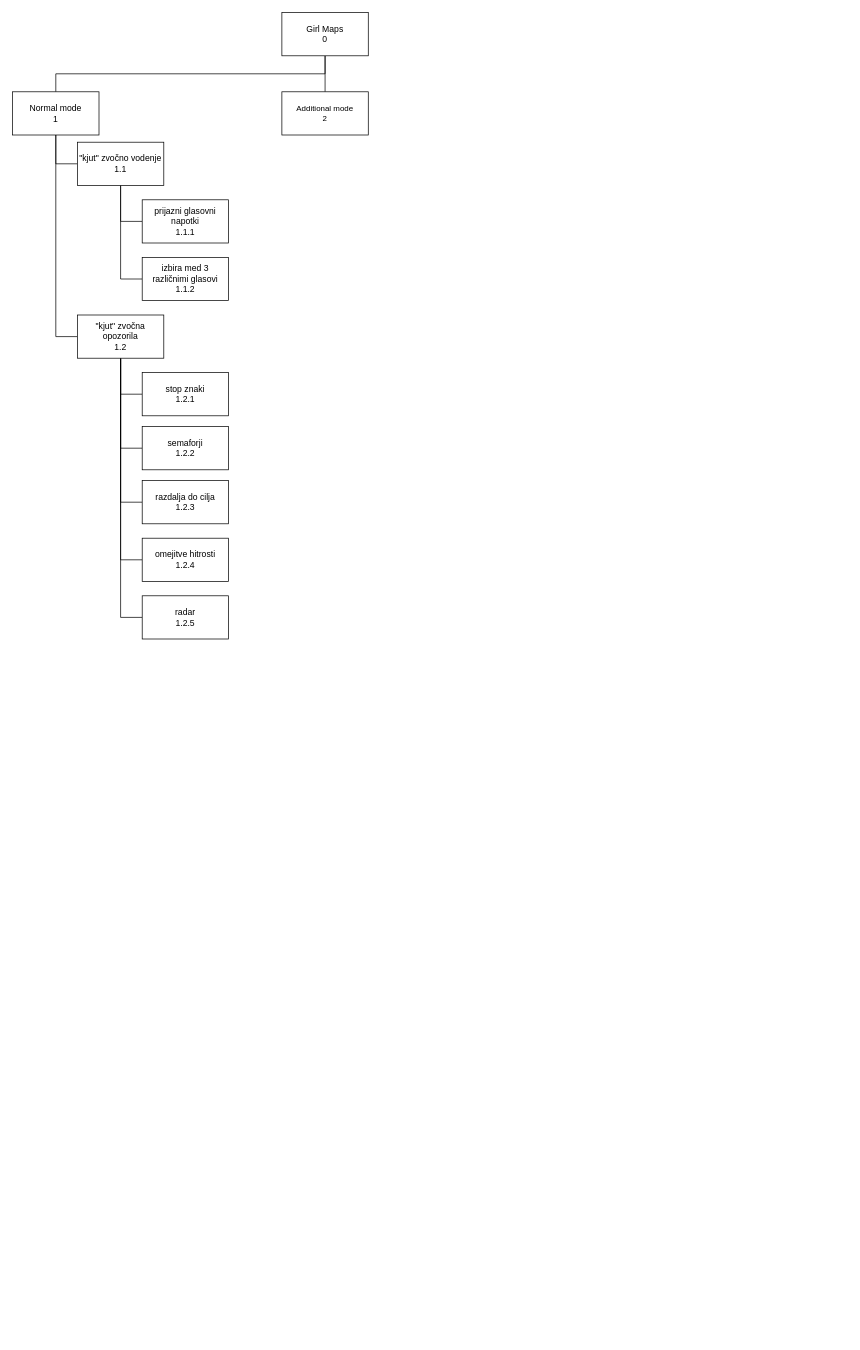
Before: page "funkcijski graf" (1 of 4) of Untitled Diagram.drawio in nikasoto/draw.io, a draw.io diagram. Source tidied: cells renumbered, new cells numbered last; positions are measured from the earlier drawing's top-left corner, leaving out a move shared by most shapes. Both pictures are drawn from the tidied source at 72%, with x=0, y=0 at pixel (12, 12).
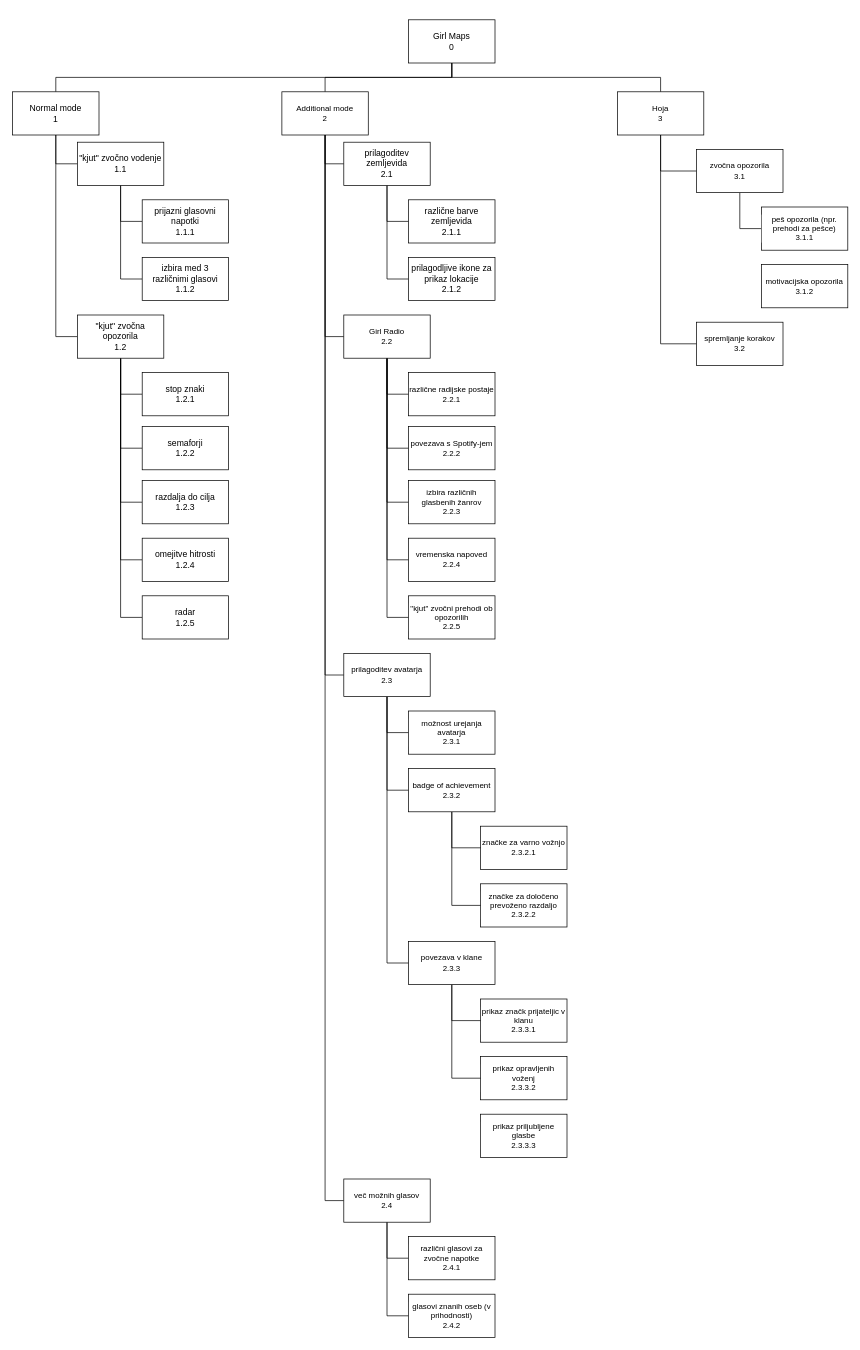
After the change.

Unchanged cells that the change refers to:
```xml
<mxCell id="24" value="Additional mode&lt;div&gt;2&lt;/div&gt;" style="rounded=0;whiteSpace=wrap;html=1;fontFamily=Helvetica;fontSize=11;fontColor=default;labelBackgroundColor=default;" parent="1" vertex="1">
  <mxGeometry x="374" y="110" width="120" height="60" as="geometry" />
</mxCell>
```

What changed in the source:
```diff
@@
+    <mxCell id="25" style="edgeStyle=orthogonalEdgeStyle;shape=connector;rounded=0;jettySize=auto;html=1;exitX=0.5;exitY=1;exitDx=0;exitDy=0;entryX=0.5;entryY=0;entryDx=0;entryDy=0;strokeColor=default;align=center;verticalAlign=middle;fontFamily=Helvetica;fontSize=11;fontColor=default;labelBackgroundColor=default;endArrow=none;endFill=0;" parent="1" edge="1" source="4" target="69">
+      <mxGeometry relative="1" as="geometry" />
+    </mxCell>
     <mxCell id="4" value="Girl Maps&lt;div&gt;0&lt;/div&gt;" style="rounded=0;whiteSpace=wrap;html=1;" parent="1" vertex="1">
-      <mxGeometry x="374" width="120" height="60" as="geometry" />
+      <mxGeometry x="550" y="10" width="120" height="60" as="geometry" />
     </mxCell>
@@
+    <mxCell id="26" style="edgeStyle=orthogonalEdgeStyle;rounded=0;jettySize=auto;html=1;exitX=0.5;exitY=1;exitDx=0;exitDy=0;entryX=0;entryY=0.5;entryDx=0;entryDy=0;endArrow=none;endFill=0;" parent="1" edge="1" source="24" target="32">
+      <mxGeometry relative="1" as="geometry" />
+    </mxCell>
+    <mxCell id="27" style="edgeStyle=orthogonalEdgeStyle;shape=connector;rounded=0;jettySize=auto;html=1;exitX=0.5;exitY=1;exitDx=0;exitDy=0;entryX=0;entryY=0.5;entryDx=0;entryDy=0;strokeColor=default;align=center;verticalAlign=middle;fontFamily=Helvetica;fontSize=11;fontColor=default;labelBackgroundColor=default;endArrow=none;endFill=0;" parent="1" edge="1" source="24" target="40">
+      <mxGeometry relative="1" as="geometry" />
+    </mxCell>
+    <mxCell id="28" style="edgeStyle=orthogonalEdgeStyle;shape=connector;rounded=0;jettySize=auto;html=1;exitX=0.5;exitY=1;exitDx=0;exitDy=0;entryX=0;entryY=0.5;entryDx=0;entryDy=0;strokeColor=default;align=center;verticalAlign=middle;fontFamily=Helvetica;fontSize=11;fontColor=default;labelBackgroundColor=default;endArrow=none;endFill=0;" parent="1" edge="1" source="24" target="49">
+      <mxGeometry relative="1" as="geometry" />
+    </mxCell>
+    <mxCell id="29" style="edgeStyle=orthogonalEdgeStyle;shape=connector;rounded=0;jettySize=auto;html=1;exitX=0.5;exitY=1;exitDx=0;exitDy=0;entryX=0;entryY=0.5;entryDx=0;entryDy=0;strokeColor=default;align=center;verticalAlign=middle;fontFamily=Helvetica;fontSize=11;fontColor=default;labelBackgroundColor=default;endArrow=none;endFill=0;" parent="1" edge="1" source="24" target="64">
+      <mxGeometry relative="1" as="geometry" />
+    </mxCell>
@@
+    <mxCell id="30" style="edgeStyle=orthogonalEdgeStyle;shape=connector;rounded=0;jettySize=auto;html=1;exitX=0.5;exitY=1;exitDx=0;exitDy=0;entryX=0;entryY=0.5;entryDx=0;entryDy=0;strokeColor=default;align=center;verticalAlign=middle;fontFamily=Helvetica;fontSize=11;fontColor=default;labelBackgroundColor=default;endArrow=none;endFill=0;" parent="1" edge="1" source="32" target="33">
+      <mxGeometry relative="1" as="geometry" />
+    </mxCell>
+    <mxCell id="31" style="edgeStyle=orthogonalEdgeStyle;shape=connector;rounded=0;jettySize=auto;html=1;exitX=0.5;exitY=1;exitDx=0;exitDy=0;entryX=0;entryY=0.5;entryDx=0;entryDy=0;strokeColor=default;align=center;verticalAlign=middle;fontFamily=Helvetica;fontSize=11;fontColor=default;labelBackgroundColor=default;endArrow=none;endFill=0;" parent="1" edge="1" source="32" target="34">
+      <mxGeometry relative="1" as="geometry" />
+    </mxCell>
+    <mxCell id="32" value="prilagoditev zemljevida&lt;div&gt;2.1&lt;/div&gt;" style="rounded=0;whiteSpace=wrap;html=1;" parent="1" vertex="1">
+      <mxGeometry x="460" y="180" width="120" height="60" as="geometry" />
+    </mxCell>
+    <mxCell id="33" value="različne barve zemljevida&lt;div&gt;2.1.1&lt;/div&gt;" style="rounded=0;whiteSpace=wrap;html=1;" parent="1" vertex="1">
+      <mxGeometry x="550" y="260" width="120" height="60" as="geometry" />
+    </mxCell>
+    <mxCell id="34" value="prilagodljive ikone za prikaz lokacije&lt;div&gt;2.1.2&lt;/div&gt;" style="rounded=0;whiteSpace=wrap;html=1;" parent="1" vertex="1">
+      <mxGeometry x="550" y="340" width="120" height="60" as="geometry" />
+    </mxCell>
+    <mxCell id="35" style="edgeStyle=orthogonalEdgeStyle;shape=connector;rounded=0;jettySize=auto;html=1;exitX=0.5;exitY=1;exitDx=0;exitDy=0;entryX=0;entryY=0.5;entryDx=0;entryDy=0;strokeColor=default;align=center;verticalAlign=middle;fontFamily=Helvetica;fontSize=11;fontColor=default;labelBackgroundColor=default;endArrow=none;endFill=0;" parent="1" edge="1" source="40" target="45">
+      <mxGeometry relative="1" as="geometry" />
+    </mxCell>
+    <mxCell id="36" style="edgeStyle=orthogonalEdgeStyle;shape=connector;rounded=0;jettySize=auto;html=1;exitX=0.5;exitY=1;exitDx=0;exitDy=0;entryX=0;entryY=0.5;entryDx=0;entryDy=0;strokeColor=default;align=center;verticalAlign=middle;fontFamily=Helvetica;fontSize=11;fontColor=default;labelBackgroundColor=default;endArrow=none;endFill=0;" parent="1" edge="1" source="40" target="44">
+      <mxGeometry relative="1" as="geometry" />
+    </mxCell>
+    <mxCell id="37" style="edgeStyle=orthogonalEdgeStyle;shape=connector;rounded=0;jettySize=auto;html=1;exitX=0.5;exitY=1;exitDx=0;exitDy=0;entryX=0;entryY=0.5;entryDx=0;entryDy=0;strokeColor=default;align=center;verticalAlign=middle;fontFamily=Helvetica;fontSize=11;fontColor=default;labelBackgroundColor=default;endArrow=none;endFill=0;" parent="1" edge="1" source="40" target="43">
+      <mxGeometry relative="1" as="geometry" />
+    </mxCell>
+    <mxCell id="38" style="edgeStyle=orthogonalEdgeStyle;shape=connector;rounded=0;jettySize=auto;html=1;exitX=0.5;exitY=1;exitDx=0;exitDy=0;entryX=0;entryY=0.5;entryDx=0;entryDy=0;strokeColor=default;align=center;verticalAlign=middle;fontFamily=Helvetica;fontSize=11;fontColor=default;labelBackgroundColor=default;endArrow=none;endFill=0;" parent="1" edge="1" source="40" target="42">
+      <mxGeometry relative="1" as="geometry" />
+    </mxCell>
+    <mxCell id="39" style="edgeStyle=orthogonalEdgeStyle;shape=connector;rounded=0;jettySize=auto;html=1;exitX=0.5;exitY=1;exitDx=0;exitDy=0;entryX=0;entryY=0.5;entryDx=0;entryDy=0;strokeColor=default;align=center;verticalAlign=middle;fontFamily=Helvetica;fontSize=11;fontColor=default;labelBackgroundColor=default;endArrow=none;endFill=0;" parent="1" edge="1" source="40" target="41">
+      <mxGeometry relative="1" as="geometry" />
+    </mxCell>
+    <mxCell id="40" value="Girl Radio&lt;div&gt;2.2&lt;/div&gt;" style="rounded=0;whiteSpace=wrap;html=1;fontFamily=Helvetica;fontSize=11;fontColor=default;labelBackgroundColor=default;" parent="1" vertex="1">
+      <mxGeometry x="460" y="420" width="120" height="60" as="geometry" />
+    </mxCell>
+    <mxCell id="41" value="&quot;kjut&quot; zvočni prehodi ob opozorilih&lt;div&gt;2.2.5&lt;/div&gt;" style="rounded=0;whiteSpace=wrap;html=1;fontFamily=Helvetica;fontSize=11;fontColor=default;labelBackgroundColor=default;" parent="1" vertex="1">
+      <mxGeometry x="550" y="810" width="120" height="60" as="geometry" />
+    </mxCell>
+    <mxCell id="42" value="vremenska napoved&lt;div&gt;2.2.4&lt;/div&gt;" style="rounded=0;whiteSpace=wrap;html=1;fontFamily=Helvetica;fontSize=11;fontColor=default;labelBackgroundColor=default;" parent="1" vertex="1">
+      <mxGeometry x="550" y="730" width="120" height="60" as="geometry" />
+    </mxCell>
+    <mxCell id="43" value="izbira različnih glasbenih žanrov&lt;div&gt;2.2.3&lt;/div&gt;" style="rounded=0;whiteSpace=wrap;html=1;fontFamily=Helvetica;fontSize=11;fontColor=default;labelBackgroundColor=default;" parent="1" vertex="1">
+      <mxGeometry x="550" y="650" width="120" height="60" as="geometry" />
+    </mxCell>
+    <mxCell id="44" value="povezava s Spotify-jem&lt;div&gt;2.2.2&lt;/div&gt;" style="rounded=0;whiteSpace=wrap;html=1;fontFamily=Helvetica;fontSize=11;fontColor=default;labelBackgroundColor=default;" parent="1" vertex="1">
+      <mxGeometry x="550" y="575" width="120" height="60" as="geometry" />
+    </mxCell>
+    <mxCell id="45" value="različne radijske postaje&lt;div&gt;2.2.1&lt;/div&gt;" style="rounded=0;whiteSpace=wrap;html=1;fontFamily=Helvetica;fontSize=11;fontColor=default;labelBackgroundColor=default;" parent="1" vertex="1">
+      <mxGeometry x="550" y="500" width="120" height="60" as="geometry" />
+    </mxCell>
+    <mxCell id="46" style="edgeStyle=orthogonalEdgeStyle;shape=connector;rounded=0;jettySize=auto;html=1;exitX=0.5;exitY=1;exitDx=0;exitDy=0;entryX=0;entryY=0.5;entryDx=0;entryDy=0;strokeColor=default;align=center;verticalAlign=middle;fontFamily=Helvetica;fontSize=11;fontColor=default;labelBackgroundColor=default;endArrow=none;endFill=0;" parent="1" edge="1" source="49" target="60">
+      <mxGeometry relative="1" as="geometry" />
+    </mxCell>
+    <mxCell id="47" style="edgeStyle=orthogonalEdgeStyle;shape=connector;rounded=0;jettySize=auto;html=1;exitX=0.5;exitY=1;exitDx=0;exitDy=0;entryX=0;entryY=0.5;entryDx=0;entryDy=0;strokeColor=default;align=center;verticalAlign=middle;fontFamily=Helvetica;fontSize=11;fontColor=default;labelBackgroundColor=default;endArrow=none;endFill=0;" parent="1" edge="1" source="49" target="59">
+      <mxGeometry relative="1" as="geometry" />
+    </mxCell>
+    <mxCell id="48" style="edgeStyle=orthogonalEdgeStyle;shape=connector;rounded=0;jettySize=auto;html=1;exitX=0.5;exitY=1;exitDx=0;exitDy=0;entryX=0;entryY=0.5;entryDx=0;entryDy=0;strokeColor=default;align=center;verticalAlign=middle;fontFamily=Helvetica;fontSize=11;fontColor=default;labelBackgroundColor=default;endArrow=none;endFill=0;" parent="1" edge="1" source="49" target="54">
+      <mxGeometry relative="1" as="geometry" />
+    </mxCell>
+    <mxCell id="49" value="prilagoditev avatarja&lt;div&gt;2.3&lt;/div&gt;" style="rounded=0;whiteSpace=wrap;html=1;fontFamily=Helvetica;fontSize=11;fontColor=default;labelBackgroundColor=default;" parent="1" vertex="1">
+      <mxGeometry x="460" y="890" width="120" height="60" as="geometry" />
+    </mxCell>
+    <mxCell id="50" value="prikaz opravljenih voženj&lt;div&gt;2.3.3.2&lt;/div&gt;" style="rounded=0;whiteSpace=wrap;html=1;fontFamily=Helvetica;fontSize=11;fontColor=default;labelBackgroundColor=default;" parent="1" vertex="1">
+      <mxGeometry x="650" y="1450" width="120" height="60" as="geometry" />
+    </mxCell>
+    <mxCell id="51" value="prikaz značk prijateljic v klanu&lt;div&gt;2.3.3.1&lt;/div&gt;" style="rounded=0;whiteSpace=wrap;html=1;fontFamily=Helvetica;fontSize=11;fontColor=default;labelBackgroundColor=default;" parent="1" vertex="1">
+      <mxGeometry x="650" y="1370" width="120" height="60" as="geometry" />
+    </mxCell>
+    <mxCell id="52" style="edgeStyle=orthogonalEdgeStyle;shape=connector;rounded=0;jettySize=auto;html=1;exitX=0.5;exitY=1;exitDx=0;exitDy=0;entryX=0;entryY=0.5;entryDx=0;entryDy=0;strokeColor=default;align=center;verticalAlign=middle;fontFamily=Helvetica;fontSize=11;fontColor=default;labelBackgroundColor=default;endArrow=none;endFill=0;" parent="1" edge="1" source="54" target="51">
+      <mxGeometry relative="1" as="geometry" />
+    </mxCell>
+    <mxCell id="53" style="edgeStyle=orthogonalEdgeStyle;shape=connector;rounded=0;jettySize=auto;html=1;exitX=0.5;exitY=1;exitDx=0;exitDy=0;entryX=0;entryY=0.5;entryDx=0;entryDy=0;strokeColor=default;align=center;verticalAlign=middle;fontFamily=Helvetica;fontSize=11;fontColor=default;labelBackgroundColor=default;endArrow=none;endFill=0;" parent="1" edge="1" source="54" target="50">
+      <mxGeometry relative="1" as="geometry" />
+    </mxCell>
+    <mxCell id="54" value="povezava v klane&lt;div&gt;2.3.3&lt;/div&gt;" style="rounded=0;whiteSpace=wrap;html=1;fontFamily=Helvetica;fontSize=11;fontColor=default;labelBackgroundColor=default;" parent="1" vertex="1">
+      <mxGeometry x="550" y="1290" width="120" height="60" as="geometry" />
+    </mxCell>
+    <mxCell id="55" value="značke za določeno prevoženo razdaljo&lt;div&gt;2.3.2.2&lt;/div&gt;" style="rounded=0;whiteSpace=wrap;html=1;fontFamily=Helvetica;fontSize=11;fontColor=default;labelBackgroundColor=default;" parent="1" vertex="1">
+      <mxGeometry x="650" y="1210" width="120" height="60" as="geometry" />
+    </mxCell>
+    <mxCell id="56" value="značke za varno vožnjo&lt;div&gt;2.3.2.1&lt;/div&gt;" style="rounded=0;whiteSpace=wrap;html=1;fontFamily=Helvetica;fontSize=11;fontColor=default;labelBackgroundColor=default;" parent="1" vertex="1">
+      <mxGeometry x="650" y="1130" width="120" height="60" as="geometry" />
+    </mxCell>
+    <mxCell id="57" style="edgeStyle=orthogonalEdgeStyle;shape=connector;rounded=0;jettySize=auto;html=1;exitX=0.5;exitY=1;exitDx=0;exitDy=0;entryX=0;entryY=0.5;entryDx=0;entryDy=0;strokeColor=default;align=center;verticalAlign=middle;fontFamily=Helvetica;fontSize=11;fontColor=default;labelBackgroundColor=default;endArrow=none;endFill=0;" parent="1" edge="1" source="59" target="56">
+      <mxGeometry relative="1" as="geometry" />
+    </mxCell>
+    <mxCell id="58" style="edgeStyle=orthogonalEdgeStyle;shape=connector;rounded=0;jettySize=auto;html=1;exitX=0.5;exitY=1;exitDx=0;exitDy=0;entryX=0;entryY=0.5;entryDx=0;entryDy=0;strokeColor=default;align=center;verticalAlign=middle;fontFamily=Helvetica;fontSize=11;fontColor=default;labelBackgroundColor=default;endArrow=none;endFill=0;" parent="1" edge="1" source="59" target="55">
+      <mxGeometry relative="1" as="geometry" />
+    </mxCell>
+    <mxCell id="59" value="badge of achievement&lt;div&gt;2.3.2&lt;/div&gt;" style="rounded=0;whiteSpace=wrap;html=1;fontFamily=Helvetica;fontSize=11;fontColor=default;labelBackgroundColor=default;" parent="1" vertex="1">
+      <mxGeometry x="550" y="1050" width="120" height="60" as="geometry" />
+    </mxCell>
+    <mxCell id="60" value="možnost urejanja avatarja&lt;div&gt;2.3.1&lt;/div&gt;" style="rounded=0;whiteSpace=wrap;html=1;fontFamily=Helvetica;fontSize=11;fontColor=default;labelBackgroundColor=default;" parent="1" vertex="1">
+      <mxGeometry x="550" y="970" width="120" height="60" as="geometry" />
+    </mxCell>
+    <mxCell id="61" value="prikaz priljubljene glasbe&lt;div&gt;2.3.3.3&lt;/div&gt;" style="rounded=0;whiteSpace=wrap;html=1;fontFamily=Helvetica;fontSize=11;fontColor=default;labelBackgroundColor=default;" parent="1" vertex="1">
+      <mxGeometry x="650" y="1530" width="120" height="60" as="geometry" />
+    </mxCell>
+    <mxCell id="62" style="edgeStyle=orthogonalEdgeStyle;shape=connector;rounded=0;jettySize=auto;html=1;exitX=0.5;exitY=1;exitDx=0;exitDy=0;entryX=0;entryY=0.5;entryDx=0;entryDy=0;strokeColor=default;align=center;verticalAlign=middle;fontFamily=Helvetica;fontSize=11;fontColor=default;labelBackgroundColor=default;endArrow=none;endFill=0;" parent="1" edge="1" source="64" target="66">
+      <mxGeometry relative="1" as="geometry" />
+    </mxCell>
+    <mxCell id="63" style="edgeStyle=orthogonalEdgeStyle;shape=connector;rounded=0;jettySize=auto;html=1;exitX=0.5;exitY=1;exitDx=0;exitDy=0;entryX=0;entryY=0.5;entryDx=0;entryDy=0;strokeColor=default;align=center;verticalAlign=middle;fontFamily=Helvetica;fontSize=11;fontColor=default;labelBackgroundColor=default;endArrow=none;endFill=0;" parent="1" edge="1" source="64" target="65">
+      <mxGeometry relative="1" as="geometry" />
+    </mxCell>
+    <mxCell id="64" value="več možnih glasov&lt;div&gt;2.4&lt;/div&gt;" style="rounded=0;whiteSpace=wrap;html=1;fontFamily=Helvetica;fontSize=11;fontColor=default;labelBackgroundColor=default;" parent="1" vertex="1">
+      <mxGeometry x="460" y="1620" width="120" height="60" as="geometry" />
+    </mxCell>
+    <mxCell id="65" value="glasovi znanih oseb (v prihodnosti)&lt;div&gt;2.4.2&lt;/div&gt;" style="rounded=0;whiteSpace=wrap;html=1;fontFamily=Helvetica;fontSize=11;fontColor=default;labelBackgroundColor=default;" parent="1" vertex="1">
+      <mxGeometry x="550" y="1780" width="120" height="60" as="geometry" />
+    </mxCell>
+    <mxCell id="66" value="različni glasovi za zvočne napotke&lt;div&gt;2.4.1&lt;/div&gt;" style="rounded=0;whiteSpace=wrap;html=1;fontFamily=Helvetica;fontSize=11;fontColor=default;labelBackgroundColor=default;" parent="1" vertex="1">
+      <mxGeometry x="550" y="1700" width="120" height="60" as="geometry" />
+    </mxCell>
+    <mxCell id="67" style="edgeStyle=orthogonalEdgeStyle;shape=connector;rounded=0;jettySize=auto;html=1;exitX=0.5;exitY=1;exitDx=0;exitDy=0;entryX=0;entryY=0.5;entryDx=0;entryDy=0;strokeColor=default;align=center;verticalAlign=middle;fontFamily=Helvetica;fontSize=11;fontColor=default;labelBackgroundColor=default;endArrow=none;endFill=0;" parent="1" edge="1" source="69" target="71">
+      <mxGeometry relative="1" as="geometry" />
+    </mxCell>
+    <mxCell id="68" style="edgeStyle=orthogonalEdgeStyle;shape=connector;rounded=0;jettySize=auto;html=1;exitX=0.5;exitY=1;exitDx=0;exitDy=0;entryX=0;entryY=0.5;entryDx=0;entryDy=0;strokeColor=default;align=center;verticalAlign=middle;fontFamily=Helvetica;fontSize=11;fontColor=default;labelBackgroundColor=default;endArrow=none;endFill=0;" parent="1" edge="1" source="69" target="74">
+      <mxGeometry relative="1" as="geometry" />
+    </mxCell>
+    <mxCell id="69" value="Hoja&lt;div&gt;3&lt;/div&gt;" style="rounded=0;whiteSpace=wrap;html=1;fontFamily=Helvetica;fontSize=11;fontColor=default;labelBackgroundColor=default;" parent="1" vertex="1">
+      <mxGeometry x="840" y="110" width="120" height="60" as="geometry" />
+    </mxCell>
+    <mxCell id="70" style="edgeStyle=orthogonalEdgeStyle;shape=connector;rounded=0;jettySize=auto;html=1;exitX=0.5;exitY=1;exitDx=0;exitDy=0;entryX=0;entryY=0.5;entryDx=0;entryDy=0;strokeColor=default;align=center;verticalAlign=middle;fontFamily=Helvetica;fontSize=11;fontColor=default;labelBackgroundColor=default;endArrow=none;endFill=0;" parent="1" edge="1" source="71" target="72">
+      <mxGeometry relative="1" as="geometry" />
+    </mxCell>
+    <mxCell id="71" value="zvočna opozorila&lt;div&gt;3.1&lt;/div&gt;" style="rounded=0;whiteSpace=wrap;html=1;fontFamily=Helvetica;fontSize=11;fontColor=default;labelBackgroundColor=default;" parent="1" vertex="1">
+      <mxGeometry x="950" y="190" width="120" height="60" as="geometry" />
+    </mxCell>
+    <mxCell id="72" value="peš opozorila (npr. prehodi za pešce)&lt;div&gt;3.1.1&lt;/div&gt;" style="rounded=0;whiteSpace=wrap;html=1;fontFamily=Helvetica;fontSize=11;fontColor=default;labelBackgroundColor=default;" parent="1" vertex="1">
+      <mxGeometry x="1040" y="270" width="120" height="60" as="geometry" />
+    </mxCell>
+    <mxCell id="73" value="motivacijska opozorila&lt;div&gt;3.1.2&lt;/div&gt;" style="rounded=0;whiteSpace=wrap;html=1;fontFamily=Helvetica;fontSize=11;fontColor=default;labelBackgroundColor=default;" parent="1" vertex="1">
+      <mxGeometry x="1040" y="350" width="120" height="60" as="geometry" />
+    </mxCell>
+    <mxCell id="74" value="spremljanje korakov&lt;div&gt;3.2&lt;/div&gt;" style="rounded=0;whiteSpace=wrap;html=1;fontFamily=Helvetica;fontSize=11;fontColor=default;labelBackgroundColor=default;" parent="1" vertex="1">
+      <mxGeometry x="950" y="430" width="120" height="60" as="geometry" />
+    </mxCell>
```
